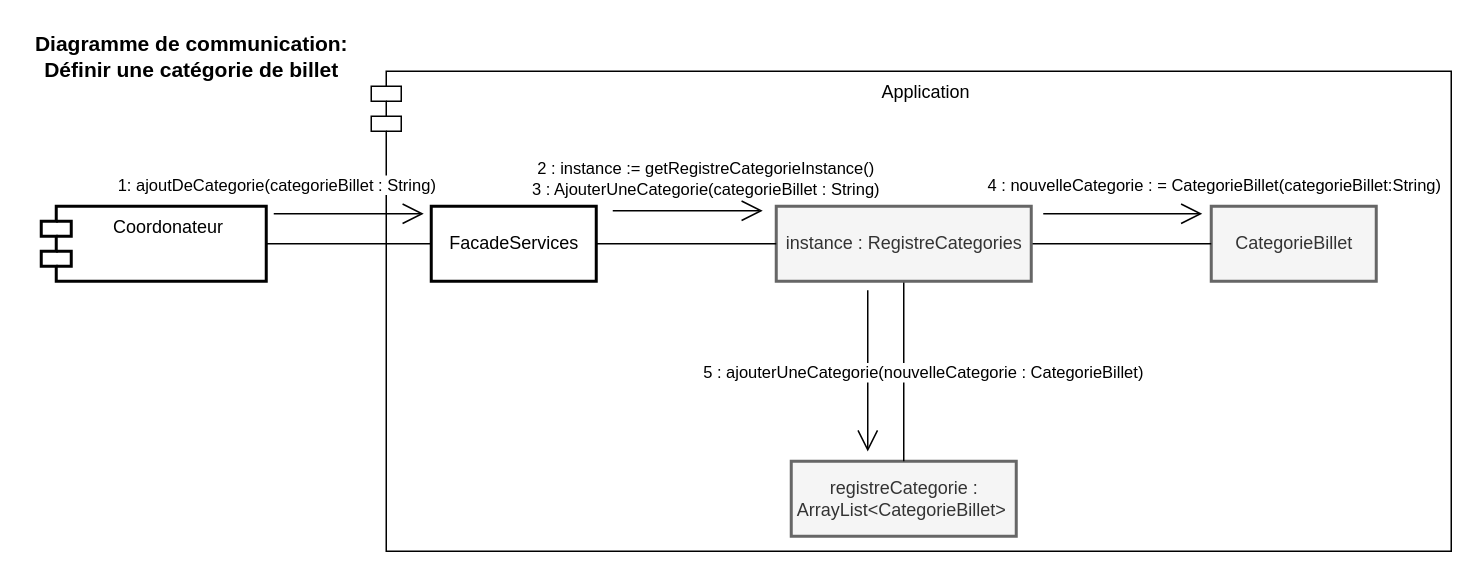
ChristWasTaken/Projet-Conception-et-Archictecture keeps this draw.io diagram as Diagrammes de conception/Diagrammes de communication/Definir_Categorie_UC.drawio. Above is the earlier version. Source tidied: cells renumbered, new cells numbered last; positions are measured from the earlier drawing's top-left corner, leaving out a move shared by most shapes. Both pictures are drawn from the tidied source at 150%, with x=0, y=0 at pixel (26, 26).
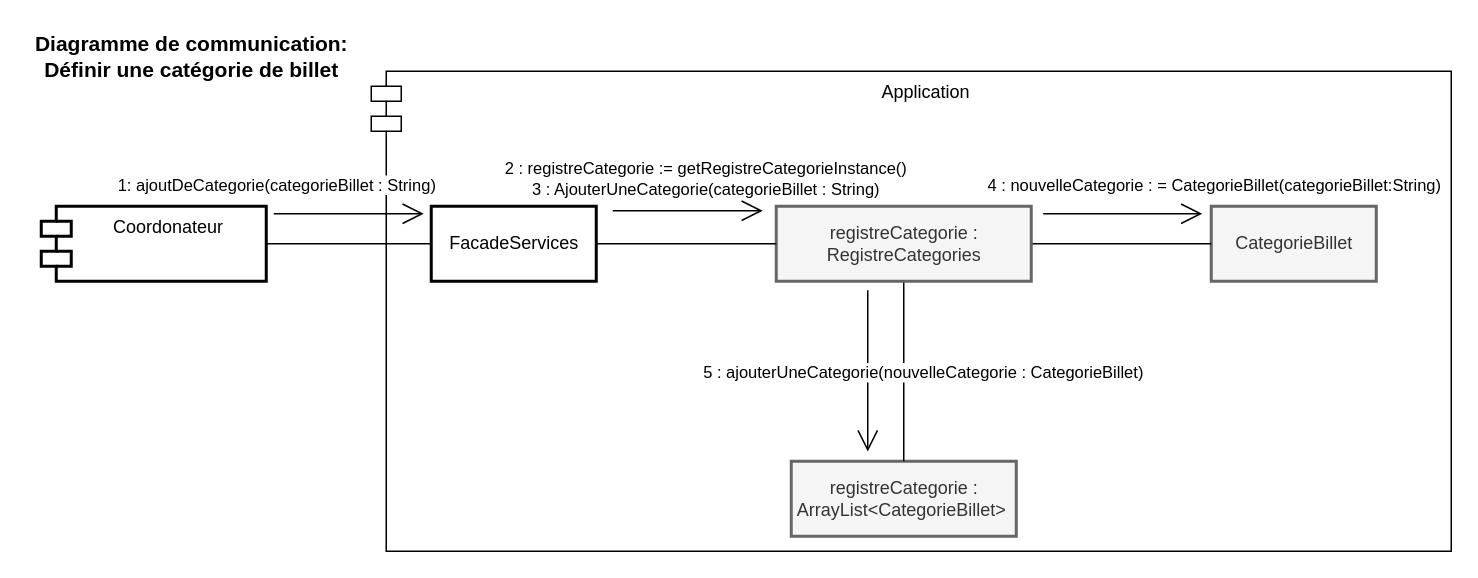
The same diagram, later.

Unchanged cells that the change refers to:
```xml
<mxCell id="15" style="endArrow=open;endFill=1;endSize=12;html=1;rounded=0;" parent="1" edge="1">
  <mxGeometry relative="1" as="geometry">
    <mxPoint x="391" y="123" as="sourcePoint" />
    <mxPoint x="491" y="123" as="targetPoint" />
  </mxGeometry>
</mxCell>
```

Diff of the diagram source:
```diff
@@
-    <mxCell id="8" value="instance : RegistreCategories" style="html=1;fillColor=#f5f5f5;fontColor=#333333;strokeColor=#666666;strokeWidth=2;" parent="1" vertex="1">
+    <mxCell id="8" value="registreCategorie : &lt;br&gt;RegistreCategories" style="html=1;fillColor=#f5f5f5;fontColor=#333333;strokeColor=#666666;strokeWidth=2;" parent="1" vertex="1">
       <mxGeometry x="500" y="120" width="170" height="50" as="geometry" />
     </mxCell>
@@
-    <mxCell id="16" value="2 : instance := getRegistreCategorieInstance()&lt;br&gt;3 : AjouterUneCategorie(categorieBillet : String)" style="edgeLabel;html=1;align=center;verticalAlign=middle;" parent="15" vertex="1">
+    <mxCell id="16" value="2 : registreCategorie := getRegistreCategorieInstance()&lt;br&gt;3 : AjouterUneCategorie(categorieBillet : String)" style="edgeLabel;html=1;align=center;verticalAlign=middle;" parent="15" vertex="1">
       <mxGeometry x="0.18" relative="1" as="geometry">
         <mxPoint x="2" y="-22" as="offset" />
       </mxGeometry>
     </mxCell>
```
